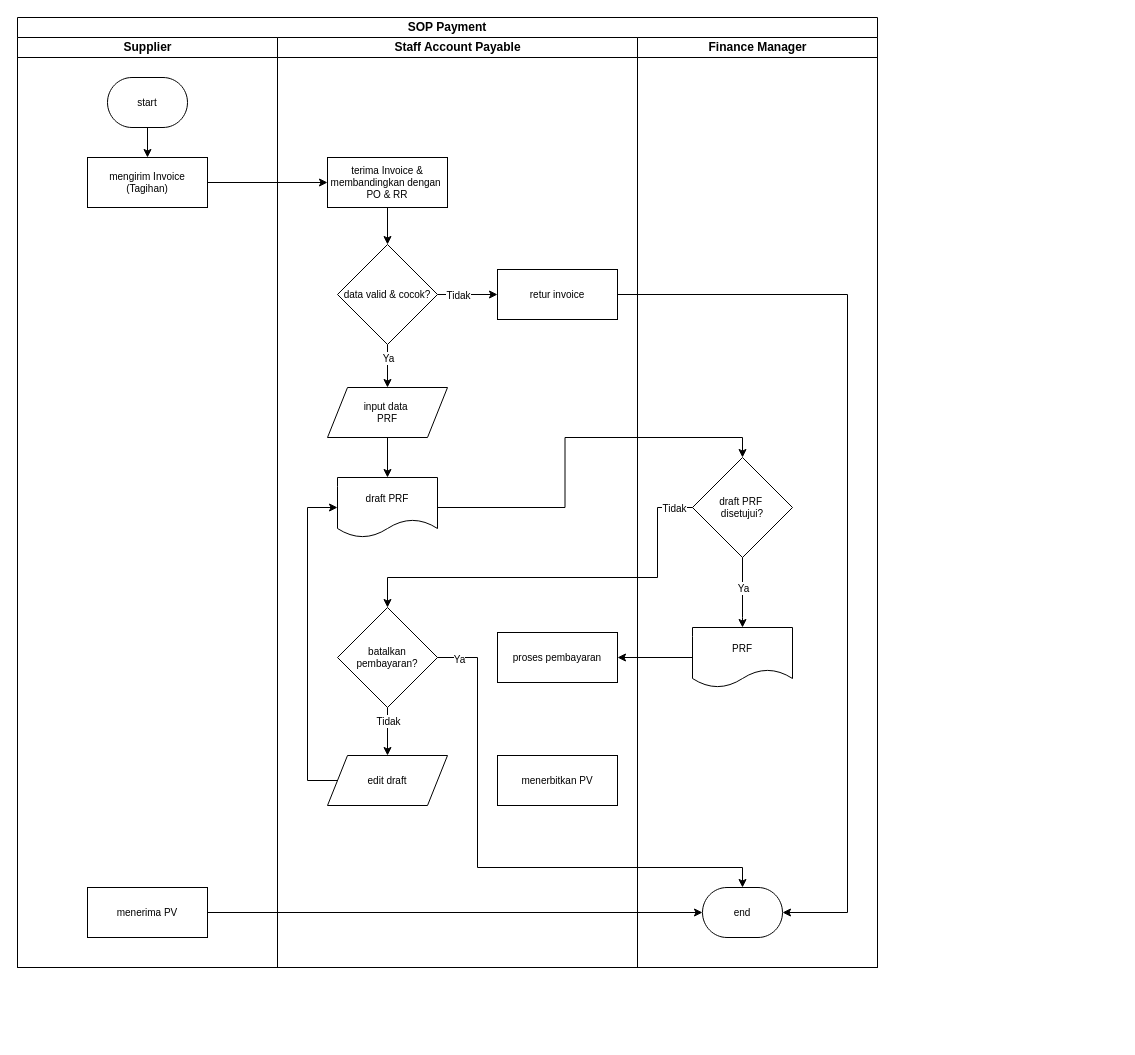
Above: page "SOP Pembayaran" (6 of 7) of UAS_ADSI.drawio in elikawicaksana/BuildIT_BasisData (draw.io), before the change. Source tidied: cells renumbered, new cells numbered last; positions are measured from the earlier drawing's top-left corner, leaving out a move shared by most shapes. Both pictures are drawn from the tidied source at 100%, with x=0, y=0 at pixel (17, 17).
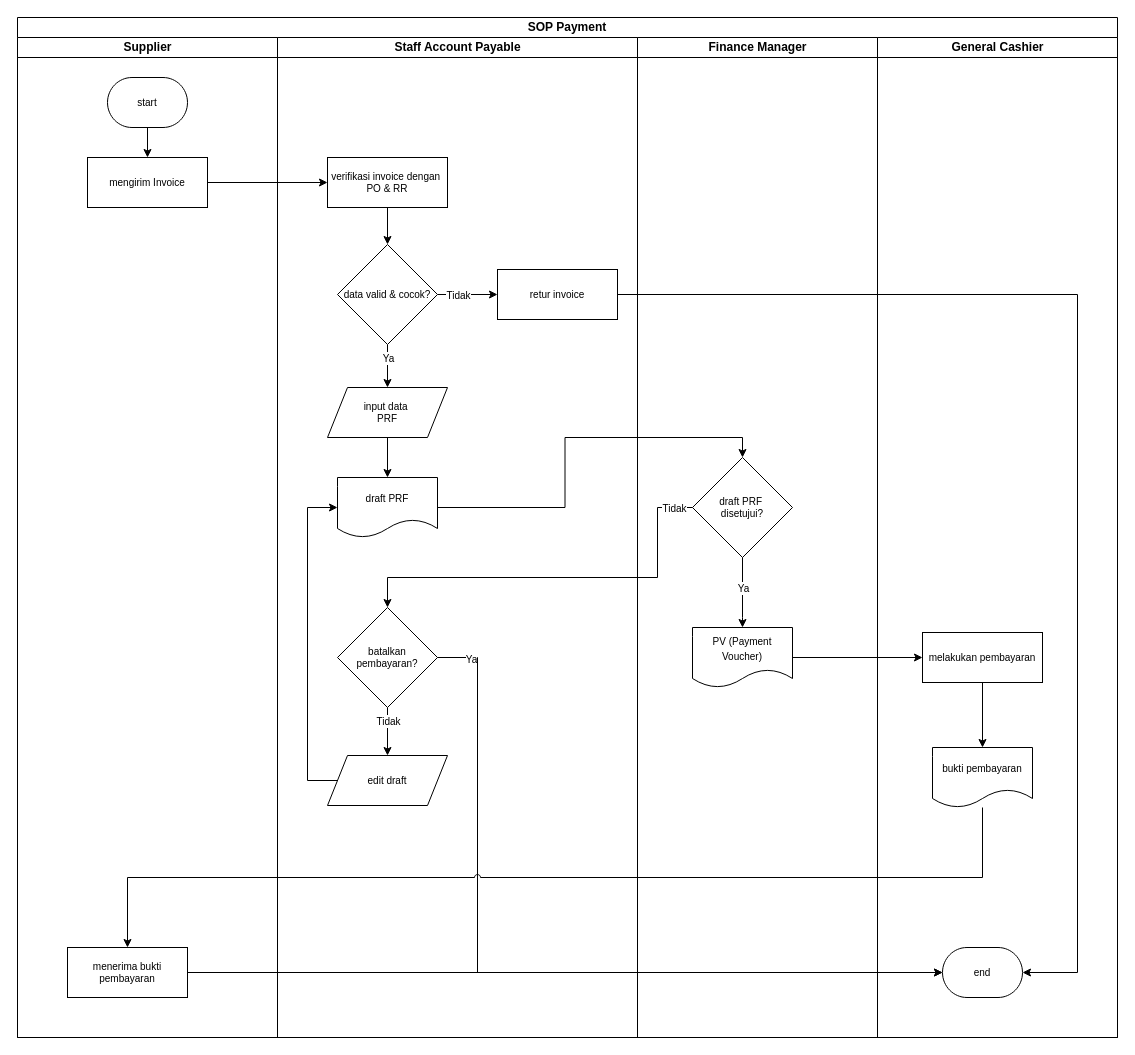
Above is the later version.

Unchanged cells that the change refers to:
```xml
<mxCell id="16" value="retur invoice" style="rounded=0;whiteSpace=wrap;html=1;absoluteArcSize=1;arcSize=7;strokeWidth=1;fontSize=10;" parent="8" vertex="1">
  <mxGeometry x="220" y="232" width="120" height="50" as="geometry" />
</mxCell>
<mxCell id="22" value="batalkan pembayaran?" style="rhombus;whiteSpace=wrap;html=1;fontSize=10;" parent="8" vertex="1">
  <mxGeometry x="60" y="570" width="100" height="100" as="geometry" />
</mxCell>
```

The edit, as a diff of the source:
```diff
@@
     <mxCell id="2" value="SOP Payment" style="swimlane;html=1;startSize=20;whiteSpace=wrap;" parent="1" vertex="1">
-      <mxGeometry width="860" height="950" as="geometry" />
+      <mxGeometry width="1100" height="1020" as="geometry" />
     </mxCell>
     <mxCell id="3" value="Supplier" style="swimlane;html=1;startSize=20;" parent="2" vertex="1">
-      <mxGeometry y="20" width="260" height="930" as="geometry" />
+      <mxGeometry y="20" width="260" height="1000" as="geometry" />
     </mxCell>
@@
-    <mxCell id="6" value="mengirim Invoice (Tagihan)" style="rounded=0;whiteSpace=wrap;html=1;absoluteArcSize=1;arcSize=7;strokeWidth=1;fontSize=10;" parent="3" vertex="1">
+    <mxCell id="6" value="mengirim Invoice" style="rounded=0;whiteSpace=wrap;html=1;absoluteArcSize=1;arcSize=7;strokeWidth=1;fontSize=10;" parent="3" vertex="1">
       <mxGeometry x="70" y="120" width="120" height="50" as="geometry" />
     </mxCell>
-    <mxCell id="7" value="menerima PV" style="rounded=0;whiteSpace=wrap;html=1;absoluteArcSize=1;arcSize=7;strokeWidth=1;fontSize=10;" parent="3" vertex="1">
-      <mxGeometry x="70" y="850" width="120" height="50" as="geometry" />
+    <mxCell id="7" value="menerima bukti pembayaran" style="rounded=0;whiteSpace=wrap;html=1;absoluteArcSize=1;arcSize=7;strokeWidth=1;fontSize=10;" parent="3" vertex="1">
+      <mxGeometry x="50" y="910" width="120" height="50" as="geometry" />
     </mxCell>
     <mxCell id="8" value="Staff Account Payable" style="swimlane;html=1;startSize=20;" parent="2" vertex="1">
-      <mxGeometry x="260" y="20" width="360" height="930" as="geometry" />
+      <mxGeometry x="260" y="20" width="360" height="1000" as="geometry" />
     </mxCell>
@@
-    <mxCell id="10" value="terima Invoice &amp;amp; membandingkan dengan&amp;nbsp;&lt;div&gt;PO &amp;amp; RR&lt;/div&gt;" style="rounded=0;whiteSpace=wrap;html=1;absoluteArcSize=1;arcSize=7;strokeWidth=1;fontSize=10;" parent="8" vertex="1">
+    <mxCell id="10" value="verifikasi invoice dengan&amp;nbsp;&lt;div&gt;PO &amp;amp; RR&lt;/div&gt;" style="rounded=0;whiteSpace=wrap;html=1;absoluteArcSize=1;arcSize=7;strokeWidth=1;fontSize=10;" parent="8" vertex="1">
       <mxGeometry x="50" y="120" width="120" height="50" as="geometry" />
     </mxCell>
@@
-    <mxCell id="25" value="proses pembayaran" style="rounded=0;whiteSpace=wrap;html=1;absoluteArcSize=1;arcSize=7;strokeWidth=1;fontSize=10;" parent="8" vertex="1">
-      <mxGeometry x="220" y="595" width="120" height="50" as="geometry" />
-    </mxCell>
-    <mxCell id="26" value="menerbitkan PV" style="rounded=0;whiteSpace=wrap;html=1;absoluteArcSize=1;arcSize=7;strokeWidth=1;fontSize=10;" parent="8" vertex="1">
-      <mxGeometry x="220" y="718" width="120" height="50" as="geometry" />
-    </mxCell>
     <mxCell id="27" value="Finance Manager" style="swimlane;html=1;startSize=20;" parent="2" vertex="1">
-      <mxGeometry x="620" y="20" width="240" height="930" as="geometry" />
+      <mxGeometry x="620" y="20" width="240" height="1000" as="geometry" />
     </mxCell>
-    <mxCell id="28" value="end" style="strokeWidth=1;html=1;shape=mxgraph.flowchart.terminator;whiteSpace=wrap;fontSize=10;align=center;horizontal=1;spacing=0;" parent="27" vertex="1">
-      <mxGeometry x="65" y="850" width="80" height="50" as="geometry" />
-    </mxCell>
@@
-    <mxCell id="30" value="&lt;font style=&quot;font-size: 10px;&quot;&gt;PRF&lt;/font&gt;" style="shape=document;whiteSpace=wrap;html=1;boundedLbl=1;" parent="27" vertex="1">
+    <mxCell id="30" value="&lt;span style=&quot;font-size: 10px;&quot;&gt;PV (Payment Voucher)&lt;/span&gt;" style="shape=document;whiteSpace=wrap;html=1;boundedLbl=1;" parent="27" vertex="1">
       <mxGeometry x="55" y="590" width="100" height="60" as="geometry" />
     </mxCell>
@@
-    <mxCell id="37" style="edgeStyle=orthogonalEdgeStyle;rounded=0;jettySize=auto;html=1;entryX=0.5;entryY=0;entryDx=0;entryDy=0;entryPerimeter=0;jumpStyle=arc;" parent="2" edge="1" source="22" target="28">
+    <mxCell id="37" style="edgeStyle=orthogonalEdgeStyle;rounded=0;jettySize=auto;html=1;entryX=0;entryY=0.5;entryDx=0;entryDy=0;entryPerimeter=0;jumpStyle=arc;" parent="2" edge="1" source="22" target="28">
       <mxGeometry relative="1" as="geometry">
         <Array as="points">
           <mxPoint x="460" y="640" />
-          <mxPoint x="460" y="850" />
-          <mxPoint x="725" y="850" />
+          <mxPoint x="460" y="955" />
         </Array>
       </mxGeometry>
     </mxCell>
@@
     <mxCell id="40" style="edgeStyle=orthogonalEdgeStyle;rounded=0;jettySize=auto;html=1;entryX=1;entryY=0.5;entryDx=0;entryDy=0;entryPerimeter=0;" parent="2" edge="1" source="16" target="28">
       <mxGeometry relative="1" as="geometry">
         <Array as="points">
-          <mxPoint x="830" y="277" />
-          <mxPoint x="830" y="895" />
+          <mxPoint x="1060" y="277" />
+          <mxPoint x="1060" y="955" />
         </Array>
       </mxGeometry>
     </mxCell>
-    <mxCell id="41" style="edgeStyle=orthogonalEdgeStyle;rounded=0;jettySize=auto;html=1;entryX=1;entryY=0.5;entryDx=0;entryDy=0;" parent="2" edge="1" source="30" target="25">
-      <mxGeometry relative="1" as="geometry" />
-    </mxCell>
+    <mxCell id="42" value="General Cashier" style="swimlane;html=1;startSize=20;" parent="2" vertex="1">
+      <mxGeometry x="860" y="20" width="240" height="1000" as="geometry" />
+    </mxCell>
+    <mxCell id="28" value="end" style="strokeWidth=1;html=1;shape=mxgraph.flowchart.terminator;whiteSpace=wrap;fontSize=10;align=center;horizontal=1;spacing=0;" parent="42" vertex="1">
+      <mxGeometry x="65" y="910" width="80" height="50" as="geometry" />
+    </mxCell>
+    <mxCell id="43" value="melakukan pembayaran" style="rounded=0;whiteSpace=wrap;html=1;absoluteArcSize=1;arcSize=7;strokeWidth=1;fontSize=10;" parent="42" vertex="1">
+      <mxGeometry x="45" y="595" width="120" height="50" as="geometry" />
+    </mxCell>
+    <mxCell id="44" value="&lt;span style=&quot;font-size: 10px;&quot;&gt;bukti pembayaran&lt;/span&gt;" style="shape=document;whiteSpace=wrap;html=1;boundedLbl=1;" parent="42" vertex="1">
+      <mxGeometry x="55" y="710" width="100" height="60" as="geometry" />
+    </mxCell>
+    <mxCell id="45" style="edgeStyle=orthogonalEdgeStyle;rounded=0;jettySize=auto;html=1;jumpStyle=arc;exitX=0.5;exitY=1;exitDx=0;exitDy=0;entryX=0.5;entryY=0;entryDx=0;entryDy=0;" parent="42" edge="1" source="43" target="44">
+      <mxGeometry relative="1" as="geometry" />
+    </mxCell>
+    <mxCell id="46" style="edgeStyle=orthogonalEdgeStyle;rounded=0;jettySize=auto;html=1;entryX=0;entryY=0.5;entryDx=0;entryDy=0;exitX=1;exitY=0.5;exitDx=0;exitDy=0;" parent="2" edge="1" source="30" target="43">
+      <mxGeometry relative="1" as="geometry" />
+    </mxCell>
+    <mxCell id="47" style="edgeStyle=orthogonalEdgeStyle;rounded=0;jettySize=auto;html=1;entryX=0.5;entryY=0;entryDx=0;entryDy=0;jumpStyle=arc;" parent="2" edge="1" source="44" target="7">
+      <mxGeometry relative="1" as="geometry">
+        <Array as="points">
+          <mxPoint x="965" y="860" />
+          <mxPoint x="110" y="860" />
+        </Array>
+      </mxGeometry>
+    </mxCell>
```
